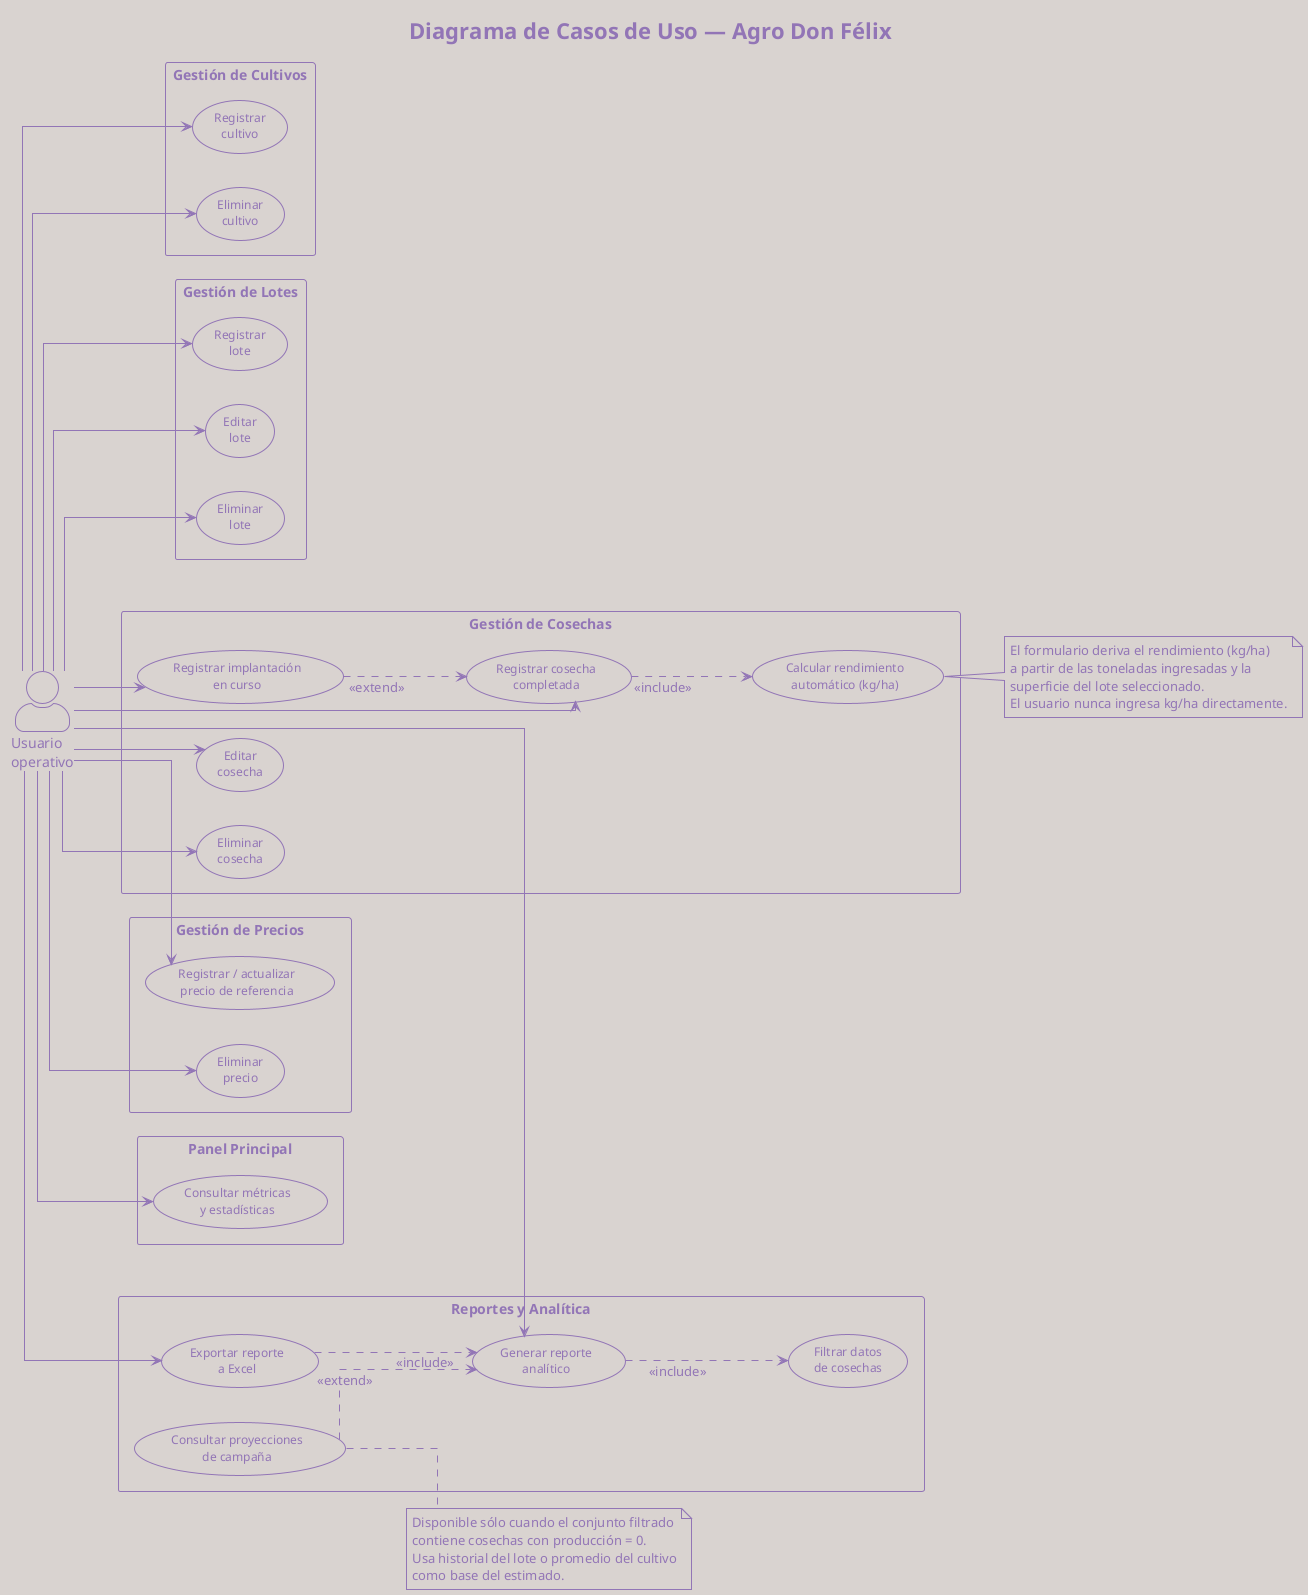
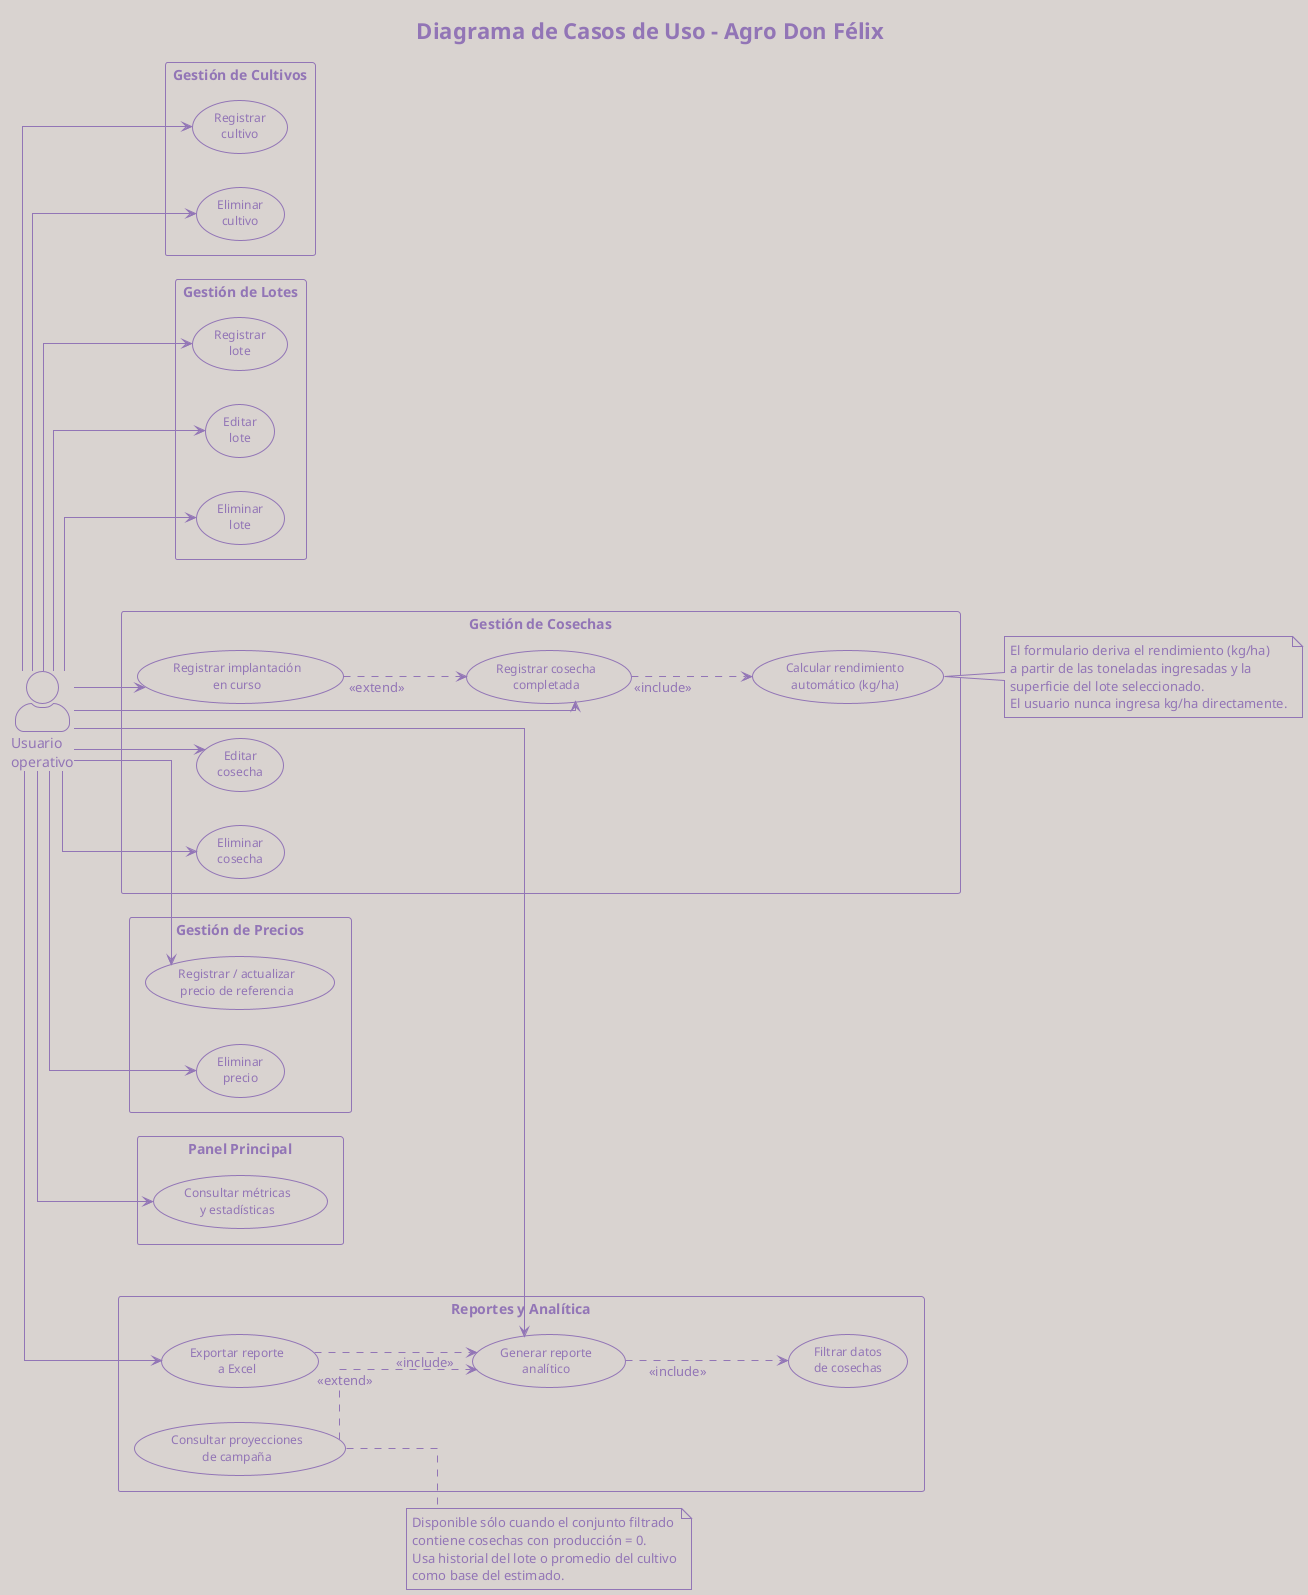
@startuml use-cases
- title Diagrama de Casos de Uso — Agro Don Félix
+ title Diagrama de Casos de Uso - Agro Don Félix

skinparam shadowing false
skinparam actorStyle awesome
skinparam usecaseFontSize 12
skinparam packageStyle rectangle
skinparam linetype ortho
skinparam ArrowColor #555555

!theme mimeograph

left to right direction

actor "Usuario\noperativo" as U

rectangle "Gestión de Cultivos" as PKG_C {
  usecase "Registrar\ncultivo"          as UC_CC
  usecase "Eliminar\ncultivo"           as UC_CD
}

rectangle "Gestión de Lotes" as PKG_L {
  usecase "Registrar\nlote"             as UC_LC
  usecase "Editar\nlote"                as UC_LE
  usecase "Eliminar\nlote"              as UC_LD
}

rectangle "Gestión de Cosechas" as PKG_H {
  usecase "Registrar cosecha\ncompletada"         as UC_HC
  usecase "Calcular rendimiento\nautomático (kg/ha)" as UC_CR
  usecase "Registrar implantación\nen curso"      as UC_HI
  usecase "Editar\ncosecha"                       as UC_HE
  usecase "Eliminar\ncosecha"                     as UC_HD
}

rectangle "Gestión de Precios" as PKG_P {
  usecase "Registrar / actualizar\nprecio de referencia" as UC_PC
  usecase "Eliminar\nprecio"            as UC_PD
}

rectangle "Panel Principal" as PKG_D {
  usecase "Consultar métricas\ny estadísticas"    as UC_DB
}

rectangle "Reportes y Analítica" as PKG_R {
  usecase "Filtrar datos\nde cosechas"            as UC_RF
  usecase "Generar reporte\nanalítico"            as UC_RP
  usecase "Exportar reporte\na Excel"             as UC_EX
  usecase "Consultar proyecciones\nde campaña"    as UC_PY
}

' ── Actor associations ────────────────────────────────────────────────────────

U --> UC_CC
U --> UC_CD

U --> UC_LC
U --> UC_LE
U --> UC_LD

U --> UC_HC
U --> UC_HI
U --> UC_HE
U --> UC_HD

U --> UC_PC
U --> UC_PD

U --> UC_DB

U --> UC_RP
U --> UC_EX

' ── <<include>> relationships ─────────────────────────────────────────────────

' Registrar cosecha completada siempre incluye el cálculo de rendimiento
UC_HC ..> UC_CR : <<include>>

' Generar reporte siempre incluye la aplicación de filtros
UC_RP ..> UC_RF : <<include>>

' Exportar a Excel requiere los datos del reporte ya calculados
UC_EX ..> UC_RP : <<include>>

' ── <<extend>> relationships ──────────────────────────────────────────────────

' Registrar implantación en curso es una variante de registrar cosecha
' donde la producción total es cero y la fecha queda sin completar
UC_HI ..> UC_HC : <<extend>>

' Las proyecciones de campaña extienden el reporte cuando existen
' implantaciones en curso en el conjunto de datos filtrado
UC_PY ..> UC_RP : <<extend>>

' ── Notes ─────────────────────────────────────────────────────────────────────

note right of UC_CR
  El formulario deriva el rendimiento (kg/ha)
  a partir de las toneladas ingresadas y la
  superficie del lote seleccionado.
  El usuario nunca ingresa kg/ha directamente.
end note

note right of UC_PY
  Disponible sólo cuando el conjunto filtrado
  contiene cosechas con producción = 0.
  Usa historial del lote o promedio del cultivo
  como base del estimado.
end note

@enduml
